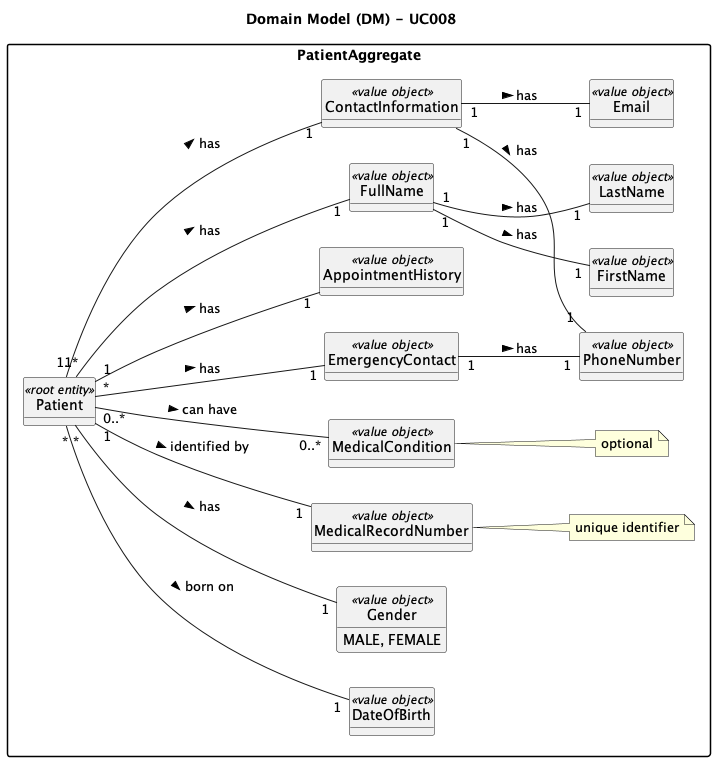
This is docs/SprintA/UseCases/UC008/02.analysis/png/uc008-domain-model.png from 1221124/sem5pi-24-25-g031, a PlantUML export, as it was before one commit. The source it was exported from:
```plantuml
@startuml
skinparam packageStyle rectangle
skinparam shadowing false

skinparam classAttributeIconSize 0

top to bottom direction
left to right direction

hide circle
hide methods

title Domain Model (DM) - UC008
package PatientAggregate {
    class Patient <<root entity>>
    class DateOfBirth <<value object>>
    class Gender <<value object>> {
      MALE, FEMALE
    }
    class MedicalRecordNumber <<value object>>
    note right of MedicalRecordNumber: unique identifier
    class MedicalCondition <<value object>>
    note right of MedicalCondition: optional
    class EmergencyContact <<value object>>
    class AppointmentHistory <<value object>>
    class FullName <<value object>>
    class FirstName <<value object>>
    class LastName <<value object>>
    class ContactInformation <<value object>>
    class PhoneNumber <<value object>>
    class Email <<value object>>
}

Patient "1..*" --- "1" FullName : > has
Patient "*" --- "1" DateOfBirth : > born on
Patient "*" --- "1" Gender : > has
Patient "1" --- "1" MedicalRecordNumber : > identified by
Patient "1" --- "1" ContactInformation : > has
Patient "0..*" --- "0..*" MedicalCondition : > can have
Patient "*" ---"1" EmergencyContact : > has
Patient "1" --- "1" AppointmentHistory : > has

FullName "1" -- "1" FirstName : > has
FullName "1" -- "1" LastName : > has

ContactInformation "1" -- "1" PhoneNumber : > has
ContactInformation "1" -- "1" Email : > has

EmergencyContact "1" -- "1" PhoneNumber : > has

@enduml
```
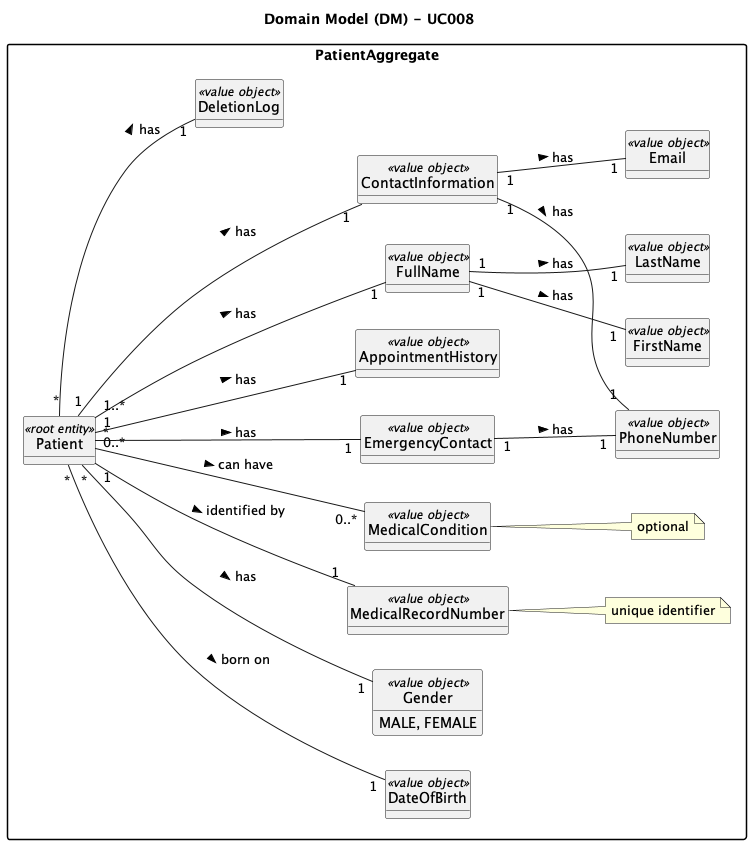
After the change.

What changed in the source:
```diff
@@ -12,23 +12,24 @@
 
 title Domain Model (DM) - UC008
 package PatientAggregate {
-    class Patient <<root entity>>
-    class DateOfBirth <<value object>>
-    class Gender <<value object>> {
-      MALE, FEMALE
-    }
-    class MedicalRecordNumber <<value object>>
-    note right of MedicalRecordNumber: unique identifier
-    class MedicalCondition <<value object>>
-    note right of MedicalCondition: optional
-    class EmergencyContact <<value object>>
-    class AppointmentHistory <<value object>>
-    class FullName <<value object>>
-    class FirstName <<value object>>
-    class LastName <<value object>>
-    class ContactInformation <<value object>>
-    class PhoneNumber <<value object>>
-    class Email <<value object>>
+  class Patient <<root entity>>
+  class DateOfBirth <<value object>>
+  class Gender <<value object>> {
+    MALE, FEMALE
+  }
+  class MedicalRecordNumber <<value object>>
+  note right of MedicalRecordNumber: unique identifier
+  class MedicalCondition <<value object>>
+  note right of MedicalCondition: optional
+  class EmergencyContact <<value object>>
+  class AppointmentHistory <<value object>>
+  class FullName <<value object>>
+  class FirstName <<value object>>
+  class LastName <<value object>>
+  class ContactInformation <<value object>>
+  class PhoneNumber <<value object>>
+  class Email <<value object>>
+  class DeletionLog <<value object>>
 }
 
 Patient "1..*" --- "1" FullName : > has
@@ -39,6 +40,8 @@
 Patient "0..*" --- "0..*" MedicalCondition : > can have
 Patient "*" ---"1" EmergencyContact : > has
 Patient "1" --- "1" AppointmentHistory : > has
+Patient "*" -- "1" DeletionLog : > has
+
 
 FullName "1" -- "1" FirstName : > has
 FullName "1" -- "1" LastName : > has
```
